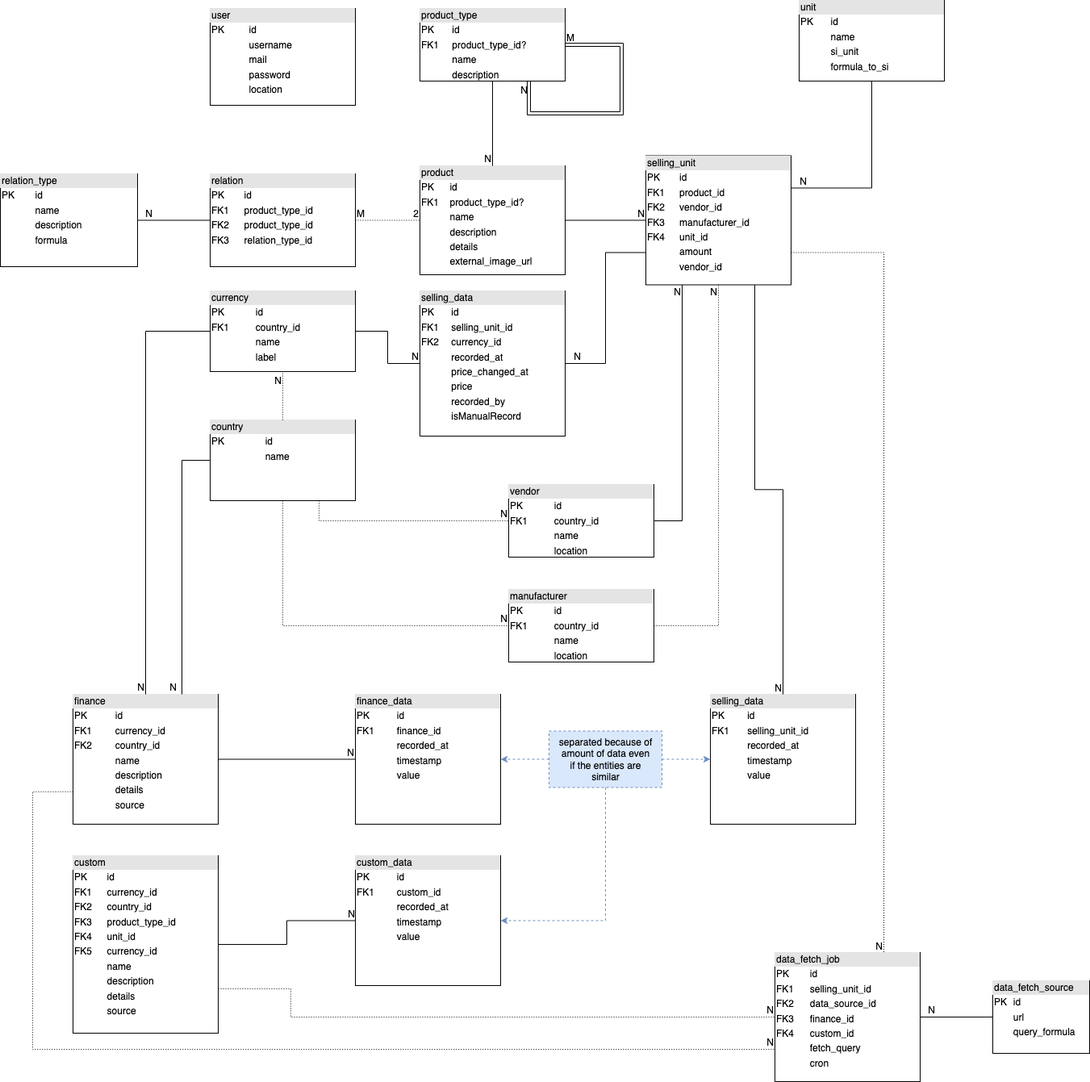
This is docs/diagrams/db_schema.png from GrimbiXcode/ProductMiner, a draw.io export, as it was before one commit. Source tidied: cells renumbered, new cells last; positions are measured from the earlier drawing's top-left corner, leaving out a move shared by most shapes.
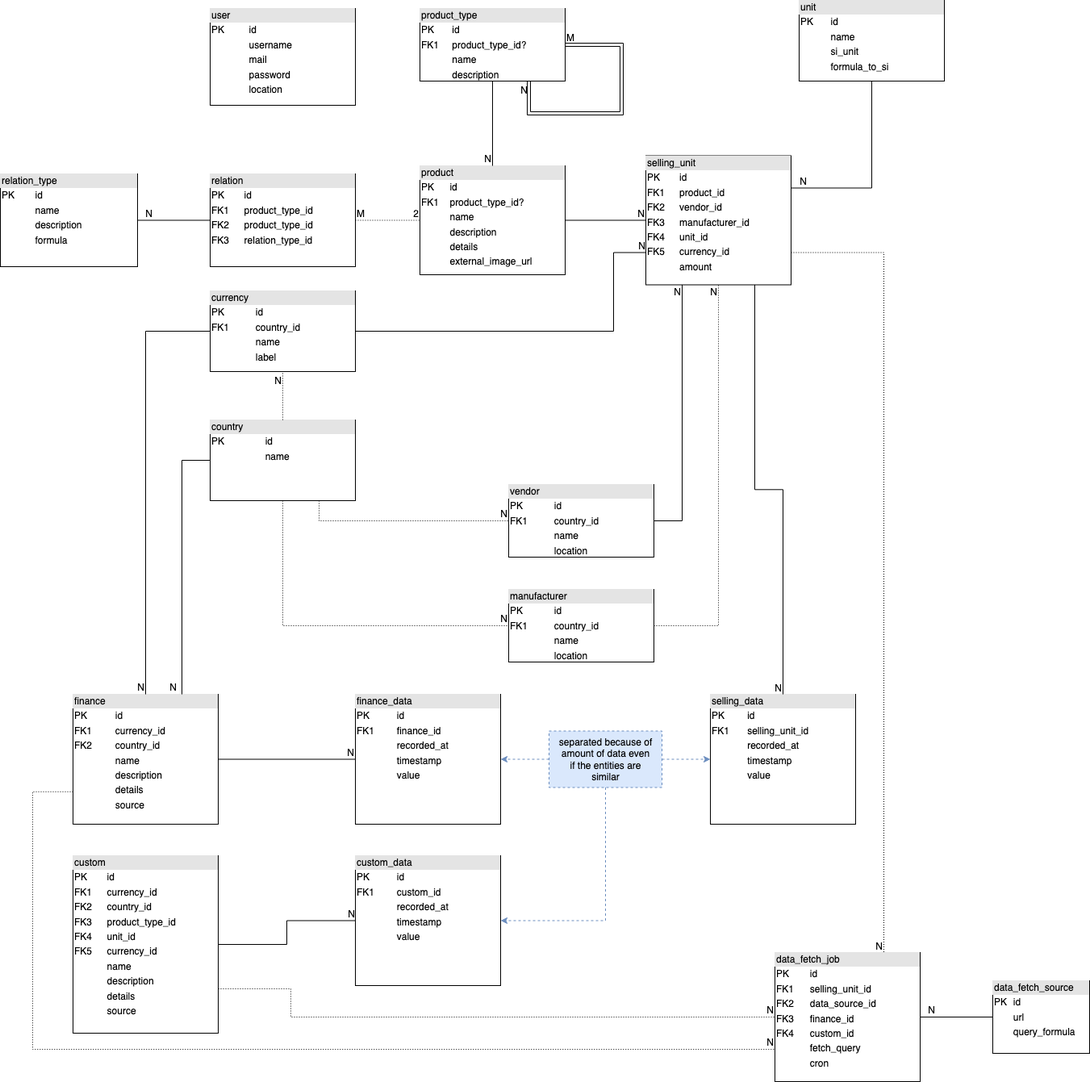
The same file after the commit.

The edit, as a diff of the source:
```diff
@@ -11,7 +11,7 @@
     <mxCell id="4" value="&lt;div style=&quot;box-sizing:border-box;width:100%;background:#e4e4e4;padding:2px;&quot;&gt;product_type&lt;/div&gt;&lt;table style=&quot;width:100%;font-size:1em;&quot; cellpadding=&quot;2&quot; cellspacing=&quot;0&quot;&gt;&lt;tbody&gt;&lt;tr&gt;&lt;td&gt;PK&lt;/td&gt;&lt;td&gt;id&lt;/td&gt;&lt;/tr&gt;&lt;tr&gt;&lt;td&gt;FK1&lt;/td&gt;&lt;td&gt;product_type_id?&lt;/td&gt;&lt;/tr&gt;&lt;tr&gt;&lt;td&gt;&lt;/td&gt;&lt;td&gt;name&lt;/td&gt;&lt;/tr&gt;&lt;tr&gt;&lt;td&gt;&lt;br&gt;&lt;/td&gt;&lt;td&gt;description&lt;/td&gt;&lt;/tr&gt;&lt;/tbody&gt;&lt;/table&gt;" style="verticalAlign=top;align=left;overflow=fill;html=1;whiteSpace=wrap;" parent="1" vertex="1">
       <mxGeometry x="520" y="10" width="180" height="90" as="geometry" />
     </mxCell>
-    <mxCell id="5" value="&lt;div style=&quot;box-sizing:border-box;width:100%;background:#e4e4e4;padding:2px;&quot;&gt;selling_unit&lt;/div&gt;&lt;table style=&quot;width:100%;font-size:1em;&quot; cellpadding=&quot;2&quot; cellspacing=&quot;0&quot;&gt;&lt;tbody&gt;&lt;tr&gt;&lt;td&gt;PK&lt;/td&gt;&lt;td&gt;id&lt;/td&gt;&lt;/tr&gt;&lt;tr&gt;&lt;td&gt;FK1&lt;/td&gt;&lt;td&gt;product_id&lt;/td&gt;&lt;/tr&gt;&lt;tr&gt;&lt;td&gt;FK2&lt;br&gt;&lt;/td&gt;&lt;td&gt;vendor_id&lt;br&gt;&lt;/td&gt;&lt;/tr&gt;&lt;tr&gt;&lt;td&gt;FK3&lt;/td&gt;&lt;td&gt;manufacturer_id&lt;br&gt;&lt;/td&gt;&lt;/tr&gt;&lt;tr&gt;&lt;td&gt;FK4&lt;/td&gt;&lt;td&gt;unit_id&lt;/td&gt;&lt;/tr&gt;&lt;tr&gt;&lt;td&gt;&lt;br&gt;&lt;/td&gt;&lt;td&gt;amount&lt;br&gt;&lt;/td&gt;&lt;/tr&gt;&lt;tr&gt;&lt;td&gt;&lt;br&gt;&lt;/td&gt;&lt;td&gt;vendor_id&lt;/td&gt;&lt;/tr&gt;&lt;/tbody&gt;&lt;/table&gt;" style="verticalAlign=top;align=left;overflow=fill;html=1;whiteSpace=wrap;" parent="1" vertex="1">
+    <mxCell id="5" value="&lt;div style=&quot;box-sizing:border-box;width:100%;background:#e4e4e4;padding:2px;&quot;&gt;selling_unit&lt;/div&gt;&lt;table style=&quot;width:100%;font-size:1em;&quot; cellpadding=&quot;2&quot; cellspacing=&quot;0&quot;&gt;&lt;tbody&gt;&lt;tr&gt;&lt;td&gt;PK&lt;/td&gt;&lt;td&gt;id&lt;/td&gt;&lt;/tr&gt;&lt;tr&gt;&lt;td&gt;FK1&lt;/td&gt;&lt;td&gt;product_id&lt;/td&gt;&lt;/tr&gt;&lt;tr&gt;&lt;td&gt;FK2&lt;br&gt;&lt;/td&gt;&lt;td&gt;vendor_id&lt;br&gt;&lt;/td&gt;&lt;/tr&gt;&lt;tr&gt;&lt;td&gt;FK3&lt;/td&gt;&lt;td&gt;manufacturer_id&lt;br&gt;&lt;/td&gt;&lt;/tr&gt;&lt;tr&gt;&lt;td&gt;FK4&lt;/td&gt;&lt;td&gt;unit_id&lt;/td&gt;&lt;/tr&gt;&lt;tr&gt;&lt;td&gt;FK5&lt;/td&gt;&lt;td&gt;currency_id&lt;/td&gt;&lt;/tr&gt;&lt;tr&gt;&lt;td&gt;&lt;br&gt;&lt;/td&gt;&lt;td&gt;amount&lt;br&gt;&lt;/td&gt;&lt;/tr&gt;&lt;/tbody&gt;&lt;/table&gt;" style="verticalAlign=top;align=left;overflow=fill;html=1;whiteSpace=wrap;" parent="1" vertex="1">
       <mxGeometry x="800" y="192.5" width="180" height="160" as="geometry" />
     </mxCell>
     <mxCell id="6" value="&lt;div style=&quot;box-sizing:border-box;width:100%;background:#e4e4e4;padding:2px;&quot;&gt;manufacturer&lt;/div&gt;&lt;table style=&quot;width:100%;font-size:1em;&quot; cellpadding=&quot;2&quot; cellspacing=&quot;0&quot;&gt;&lt;tbody&gt;&lt;tr&gt;&lt;td&gt;PK&lt;/td&gt;&lt;td&gt;id&lt;/td&gt;&lt;/tr&gt;&lt;tr&gt;&lt;td&gt;FK1&lt;/td&gt;&lt;td&gt;country_id&lt;/td&gt;&lt;/tr&gt;&lt;tr&gt;&lt;td&gt;&lt;/td&gt;&lt;td&gt;name&lt;/td&gt;&lt;/tr&gt;&lt;tr&gt;&lt;td&gt;&lt;br&gt;&lt;/td&gt;&lt;td&gt;location&lt;/td&gt;&lt;/tr&gt;&lt;/tbody&gt;&lt;/table&gt;" style="verticalAlign=top;align=left;overflow=fill;html=1;whiteSpace=wrap;" parent="1" vertex="1">
@@ -23,9 +23,6 @@
     <mxCell id="8" value="&lt;div style=&quot;box-sizing:border-box;width:100%;background:#e4e4e4;padding:2px;&quot;&gt;unit&lt;/div&gt;&lt;table style=&quot;width:100%;font-size:1em;&quot; cellpadding=&quot;2&quot; cellspacing=&quot;0&quot;&gt;&lt;tbody&gt;&lt;tr&gt;&lt;td&gt;PK&lt;/td&gt;&lt;td&gt;id&lt;/td&gt;&lt;/tr&gt;&lt;tr&gt;&lt;td&gt;&lt;br&gt;&lt;/td&gt;&lt;td&gt;name&lt;/td&gt;&lt;/tr&gt;&lt;tr&gt;&lt;td&gt;&lt;/td&gt;&lt;td&gt;si_unit&lt;br&gt;&lt;/td&gt;&lt;/tr&gt;&lt;tr&gt;&lt;td&gt;&lt;br&gt;&lt;/td&gt;&lt;td&gt;formula_to_si&lt;/td&gt;&lt;/tr&gt;&lt;/tbody&gt;&lt;/table&gt;" style="verticalAlign=top;align=left;overflow=fill;html=1;whiteSpace=wrap;" parent="1" vertex="1">
       <mxGeometry x="990" width="180" height="100" as="geometry" />
     </mxCell>
-    <mxCell id="9" value="&lt;div style=&quot;box-sizing:border-box;width:100%;background:#e4e4e4;padding:2px;&quot;&gt;selling_data&lt;/div&gt;&lt;table style=&quot;width:100%;font-size:1em;&quot; cellpadding=&quot;2&quot; cellspacing=&quot;0&quot;&gt;&lt;tbody&gt;&lt;tr&gt;&lt;td&gt;PK&lt;/td&gt;&lt;td&gt;id&lt;/td&gt;&lt;/tr&gt;&lt;tr&gt;&lt;td&gt;FK1&lt;/td&gt;&lt;td&gt;selling_unit_id&lt;/td&gt;&lt;/tr&gt;&lt;tr&gt;&lt;td&gt;FK2&lt;/td&gt;&lt;td&gt;currency_id&lt;/td&gt;&lt;/tr&gt;&lt;tr&gt;&lt;td&gt;&lt;br&gt;&lt;/td&gt;&lt;td&gt;recorded_at&lt;br&gt;&lt;/td&gt;&lt;/tr&gt;&lt;tr&gt;&lt;td&gt;&lt;br&gt;&lt;/td&gt;&lt;td&gt;price_changed_at&lt;br style=&quot;border-color: var(--border-color);&quot;&gt;&lt;/td&gt;&lt;/tr&gt;&lt;tr&gt;&lt;td&gt;&lt;br&gt;&lt;/td&gt;&lt;td&gt;price&lt;/td&gt;&lt;/tr&gt;&lt;tr&gt;&lt;td&gt;&lt;br&gt;&lt;/td&gt;&lt;td&gt;recorded_by&lt;/td&gt;&lt;/tr&gt;&lt;tr&gt;&lt;td&gt;&lt;br&gt;&lt;/td&gt;&lt;td&gt;isManualRecord&lt;/td&gt;&lt;/tr&gt;&lt;/tbody&gt;&lt;/table&gt;" style="verticalAlign=top;align=left;overflow=fill;html=1;whiteSpace=wrap;" parent="1" vertex="1">
-      <mxGeometry x="520" y="360" width="180" height="180" as="geometry" />
-    </mxCell>
     <mxCell id="10" value="&lt;div style=&quot;box-sizing:border-box;width:100%;background:#e4e4e4;padding:2px;&quot;&gt;relation&lt;/div&gt;&lt;table style=&quot;width:100%;font-size:1em;&quot; cellpadding=&quot;2&quot; cellspacing=&quot;0&quot;&gt;&lt;tbody&gt;&lt;tr&gt;&lt;td&gt;PK&lt;/td&gt;&lt;td&gt;id&lt;/td&gt;&lt;/tr&gt;&lt;tr&gt;&lt;td&gt;FK1&lt;/td&gt;&lt;td&gt;product_type_id&lt;/td&gt;&lt;/tr&gt;&lt;tr&gt;&lt;td&gt;FK2&lt;/td&gt;&lt;td&gt;product_type_id&lt;br&gt;&lt;/td&gt;&lt;/tr&gt;&lt;tr&gt;&lt;td&gt;FK3&lt;/td&gt;&lt;td&gt;relation_type_id&lt;br&gt;&lt;/td&gt;&lt;/tr&gt;&lt;/tbody&gt;&lt;/table&gt;" style="verticalAlign=top;align=left;overflow=fill;html=1;whiteSpace=wrap;" parent="1" vertex="1">
       <mxGeometry x="260" y="215" width="180" height="115" as="geometry" />
     </mxCell>
@@ -61,14 +58,6 @@
     <mxCell id="20" value="N" style="html=1;whiteSpace=wrap;align=right;verticalAlign=bottom;" parent="19" vertex="1">
       <mxGeometry x="1" relative="1" as="geometry" />
     </mxCell>
-    <mxCell id="21" style="endArrow=none;html=1;rounded=0;entryX=1;entryY=0.5;entryDx=0;entryDy=0;exitX=0;exitY=0.75;exitDx=0;exitDy=0;edgeStyle=orthogonalEdgeStyle;" parent="1" edge="1" source="5" target="9">
-      <mxGeometry relative="1" as="geometry" />
-    </mxCell>
-    <mxCell id="22" value="N" style="html=1;whiteSpace=wrap;align=right;verticalAlign=bottom;" parent="21" vertex="1">
-      <mxGeometry x="1" relative="1" as="geometry">
-        <mxPoint x="21" as="offset" />
-      </mxGeometry>
-    </mxCell>
     <mxCell id="23" style="endArrow=none;html=1;rounded=0;dashed=1;dashPattern=1 2;exitX=1;exitY=0.5;exitDx=0;exitDy=0;entryX=0;entryY=0.5;entryDx=0;entryDy=0;" parent="1" edge="1" source="10" target="2">
       <mxGeometry relative="1" as="geometry" />
     </mxCell>
@@ -78,8 +67,13 @@
     <mxCell id="25" value="2" style="html=1;whiteSpace=wrap;align=right;verticalAlign=bottom;" parent="23" vertex="1">
       <mxGeometry x="1" relative="1" as="geometry" />
     </mxCell>
-    <mxCell id="26" style="endArrow=none;html=1;rounded=0;entryX=0;entryY=0.5;entryDx=0;entryDy=0;exitX=1;exitY=0.5;exitDx=0;exitDy=0;edgeStyle=orthogonalEdgeStyle;" parent="1" edge="1" source="14" target="9">
-      <mxGeometry relative="1" as="geometry" />
+    <mxCell id="26" style="endArrow=none;html=1;rounded=0;entryX=0;entryY=0.75;entryDx=0;entryDy=0;exitX=1;exitY=0.5;exitDx=0;exitDy=0;edgeStyle=orthogonalEdgeStyle;" parent="1" edge="1" source="14" target="5">
+      <mxGeometry relative="1" as="geometry">
+        <Array as="points">
+          <mxPoint x="760" y="410" />
+          <mxPoint x="760" y="313" />
+        </Array>
+      </mxGeometry>
     </mxCell>
     <mxCell id="27" value="N" style="html=1;whiteSpace=wrap;align=right;verticalAlign=bottom;" parent="26" vertex="1">
       <mxGeometry x="1" relative="1" as="geometry" />
```
